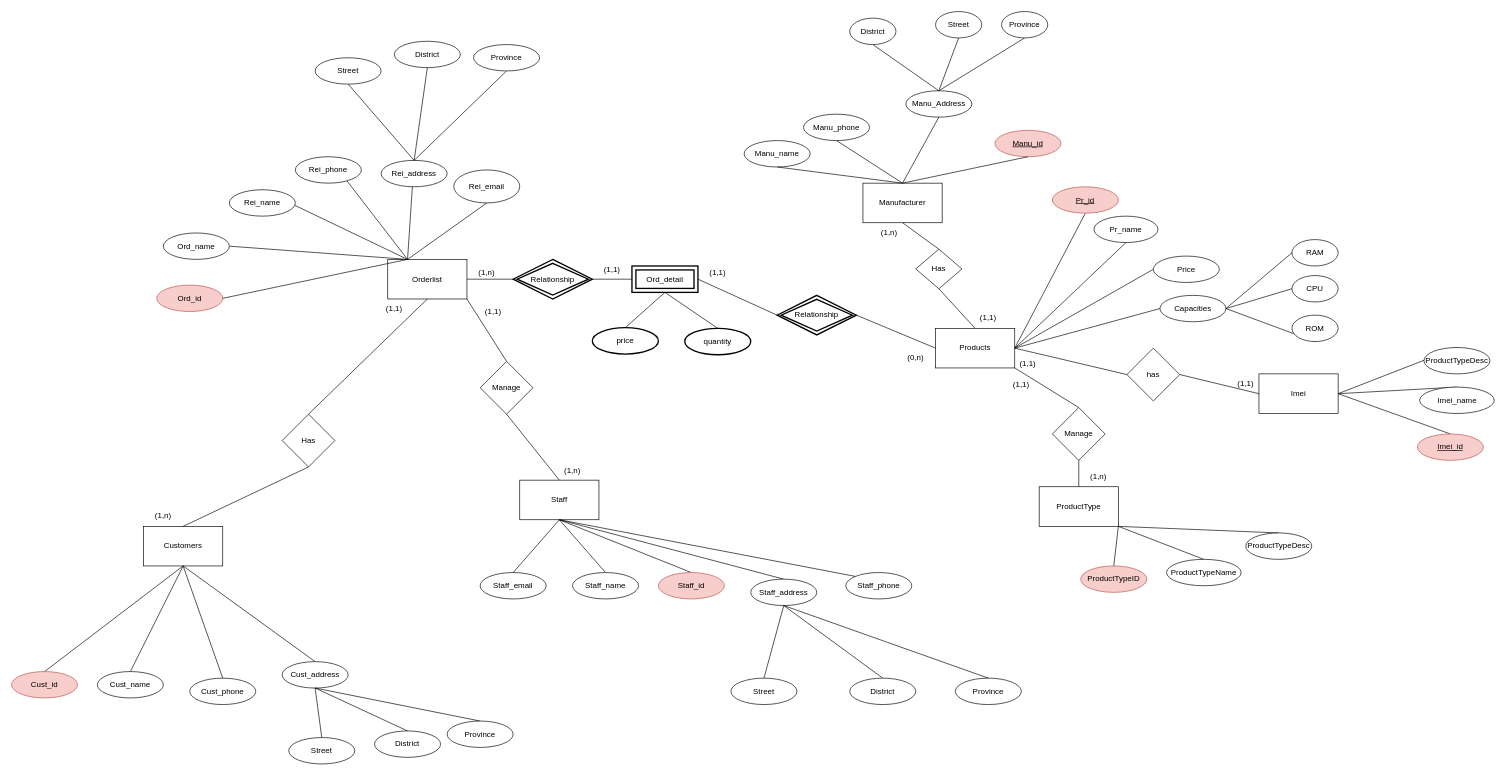
The draw.io diagram ERD Phone.drawio in khanh8603/khanh8603, before the edit. Source tidied: cells renumbered, new cells numbered last; positions are measured from the earlier drawing's top-left corner, leaving out a move shared by most shapes. Both pictures are drawn from the tidied source at 66%, with x=0, y=0 at pixel (11, 11).
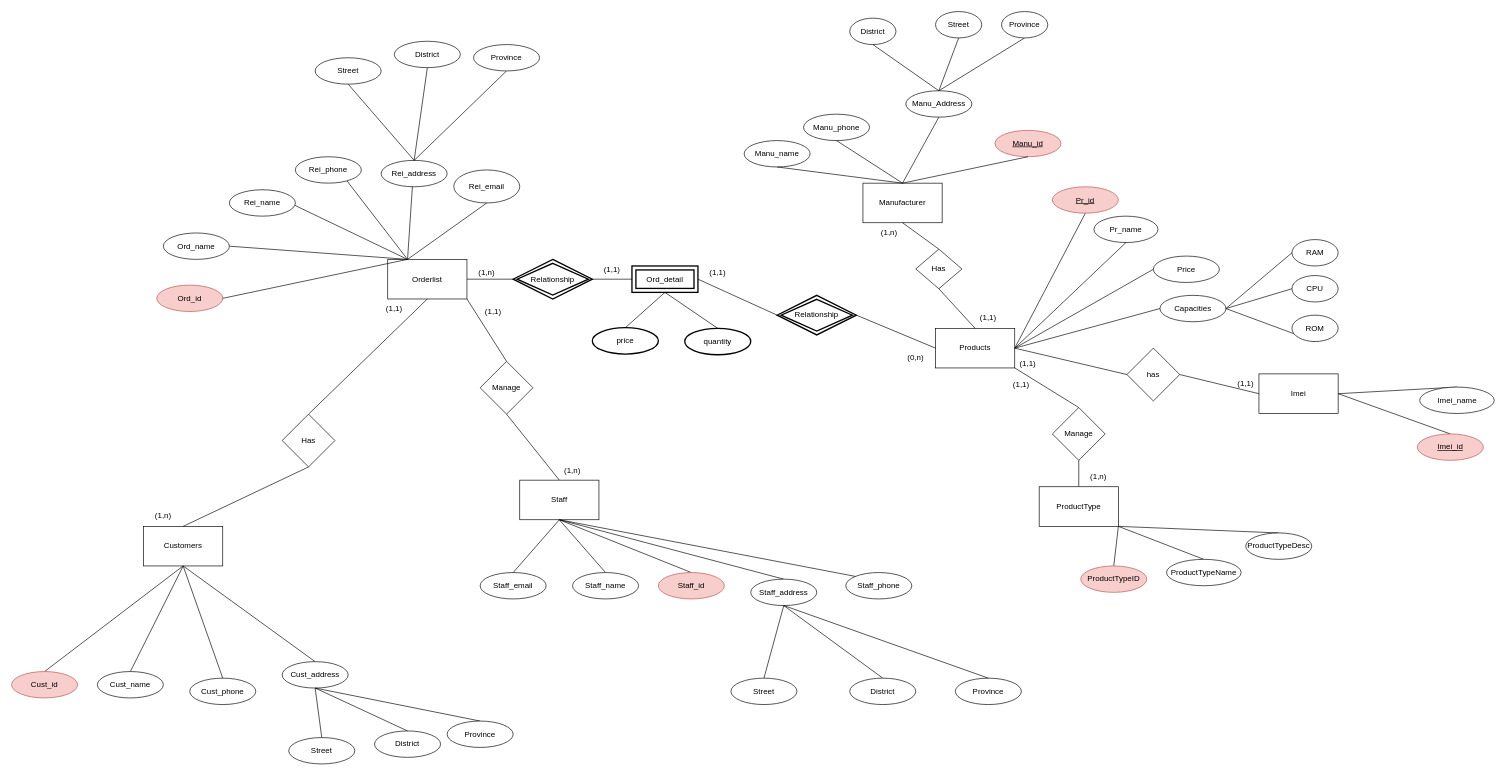
Above is the later version.

Unchanged cells that the change refers to:
```xml
<mxCell id="132" value="Imei" style="rounded=0;whiteSpace=wrap;html=1;" parent="1" vertex="1">
  <mxGeometry x="1890" y="549" width="120" height="60" as="geometry" />
</mxCell>
```

What changed in the source:
```diff
@@
-    <mxCell id="129" style="endArrow=none;html=1;rounded=0;exitX=0.5;exitY=0;exitDx=0;exitDy=0;entryX=1;entryY=0.5;entryDx=0;entryDy=0;" parent="1" edge="1" source="130" target="132">
-      <mxGeometry relative="1" as="geometry" />
-    </mxCell>
-    <mxCell id="130" value="ProductTypeDesc" style="ellipse;whiteSpace=wrap;html=1;align=center;strokeColor=#000000;fillColor=default;" parent="1" vertex="1">
-      <mxGeometry x="2140" y="509" width="100" height="40" as="geometry" />
-    </mxCell>
```
